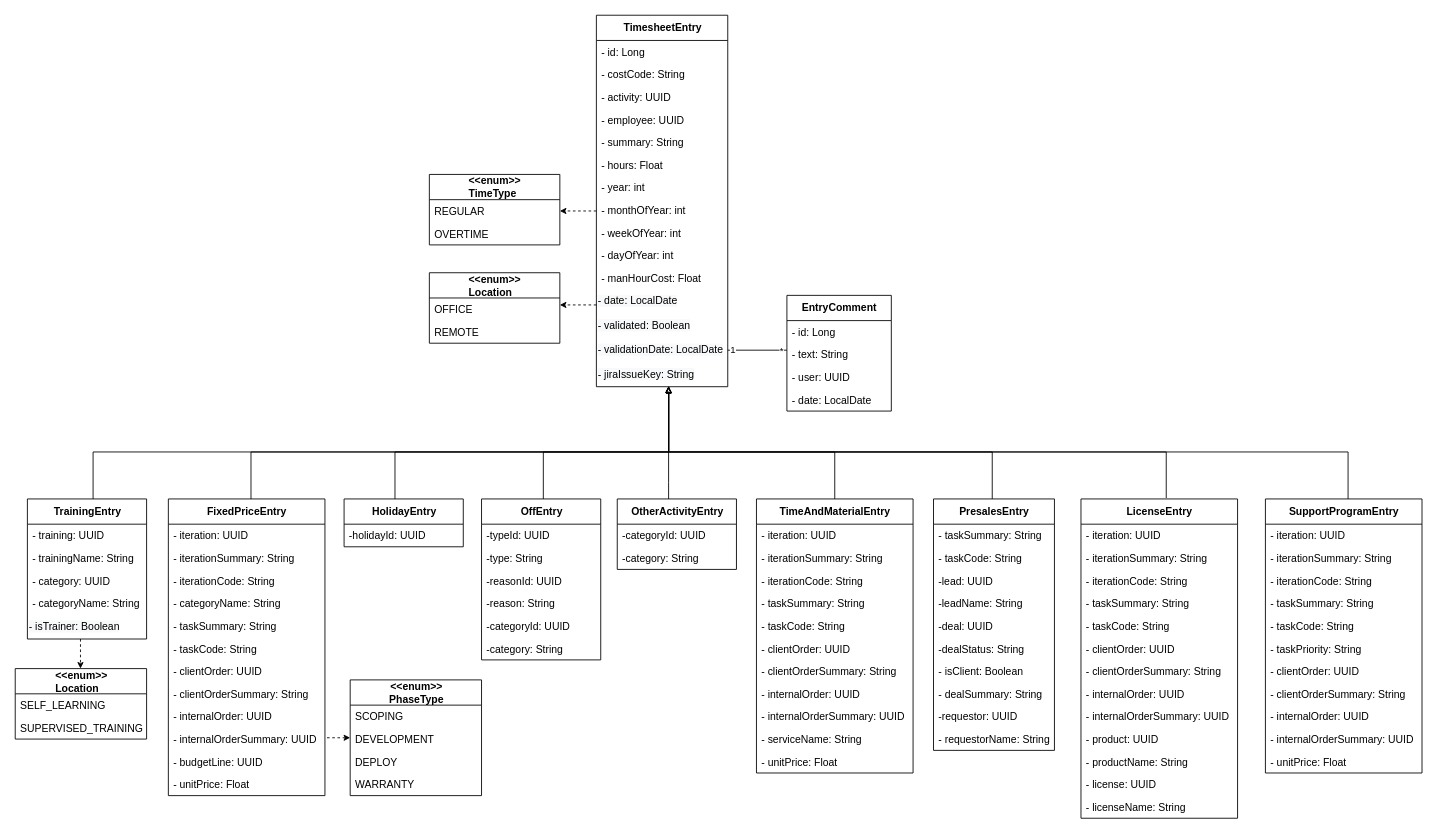
The draw.io diagram Timesheet/_DiagrammeClasseTimesheet.drawio in ZidiMedAmine/UML, before the edit. Source tidied: cells renumbered, new cells numbered last; positions are measured from the earlier drawing's top-left corner, leaving out a move shared by most shapes. Both pictures are drawn from the tidied source at 87%, with x=0, y=0 at pixel (15, 15).
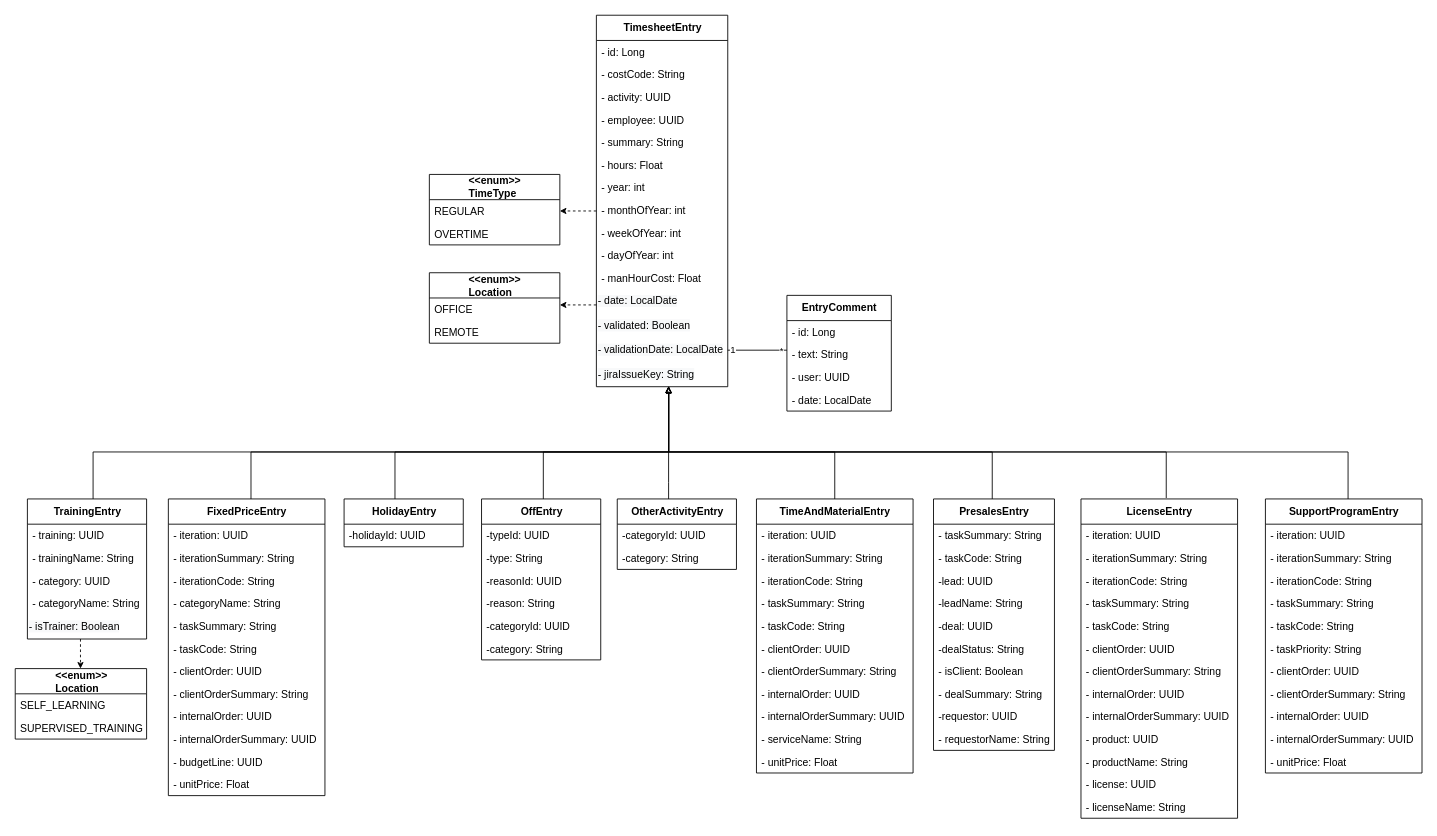
Above is the later version.

Commit message:
Mettre à jour _DiagrammeClasseTimesheet.drawio

Unchanged cells that the change refers to:
```xml
<mxCell id="44" value="&lt;b&gt;FixedPriceEntry&lt;/b&gt;" style="swimlane;fontStyle=0;align=center;verticalAlign=middle;horizontal=1;startSize=29;html=1;fontSize=12;labelPosition=center;verticalLabelPosition=middle;swimlaneLine=1;rounded=0;shadow=0;glass=0;sketch=0;perimeterSpacing=0;" parent="1" vertex="1">
  <mxGeometry x="176" y="556" width="180" height="341" as="geometry" />
</mxCell>
```

Diff of the diagram source:
```diff
@@
-    <mxCell id="57" style="edgeStyle=orthogonalEdgeStyle;rounded=0;jettySize=auto;html=1;dashed=1;startArrow=classic;startFill=1;endArrow=none;endFill=0;startSize=5;endSize=5;" parent="1" edge="1" source="58" target="44">
-      <mxGeometry relative="1" as="geometry">
-        <Array as="points">
-          <mxPoint x="419" y="846" />
-          <mxPoint x="419" y="846" />
-        </Array>
-      </mxGeometry>
-    </mxCell>
-    <mxCell id="58" value="&lt;b&gt;&amp;lt;&amp;lt;enum&amp;gt;&amp;gt;&lt;/b&gt;&lt;br&gt;&lt;div style=&quot;text-align: left&quot;&gt;&lt;b&gt;PhaseType&lt;/b&gt;&lt;br&gt;&lt;/div&gt;" style="swimlane;fontStyle=0;align=center;verticalAlign=middle;horizontal=1;startSize=29;html=1;fontSize=12;labelPosition=center;verticalLabelPosition=middle;swimlaneLine=1;rounded=0;sketch=0;glass=0;" parent="1" vertex="1">
-      <mxGeometry x="385" y="764" width="151" height="133" as="geometry" />
-    </mxCell>
-    <mxCell id="59" value="SCOPING" style="text;strokeColor=none;fillColor=none;align=left;verticalAlign=top;spacingLeft=4;spacingRight=4;overflow=hidden;fontStyle=0;" parent="58" vertex="1">
-      <mxGeometry y="29" width="151" height="26" as="geometry" />
-    </mxCell>
-    <mxCell id="60" value="DEVELOPMENT" style="text;strokeColor=none;fillColor=none;align=left;verticalAlign=top;spacingLeft=4;spacingRight=4;overflow=hidden;fontStyle=0;" parent="58" vertex="1">
-      <mxGeometry y="55" width="151" height="26" as="geometry" />
-    </mxCell>
-    <mxCell id="61" value="DEPLOY" style="text;strokeColor=none;fillColor=none;align=left;verticalAlign=top;spacingLeft=4;spacingRight=4;overflow=hidden;fontStyle=0;" parent="58" vertex="1">
-      <mxGeometry y="81" width="151" height="26" as="geometry" />
-    </mxCell>
-    <mxCell id="62" value="WARRANTY" style="text;strokeColor=none;fillColor=none;align=left;verticalAlign=top;spacingLeft=4;spacingRight=4;overflow=hidden;fontStyle=0;" parent="58" vertex="1">
-      <mxGeometry y="107" width="151" height="26" as="geometry" />
-    </mxCell>
```
